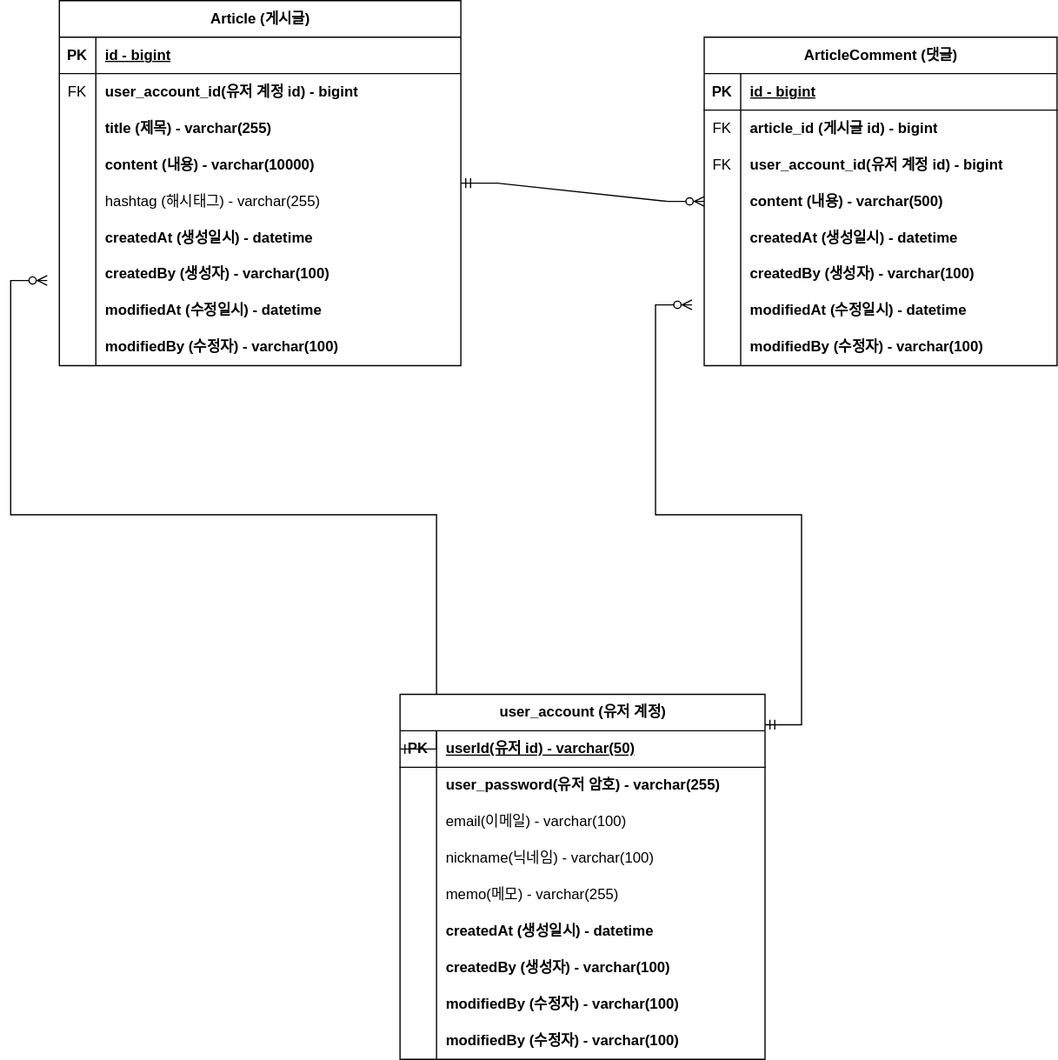
This is document/borad-project-erd.svg from joosang425/board-project, a draw.io export, as it was before one commit. Source tidied: cells renumbered, new cells last; positions are measured from the earlier drawing's top-left corner, leaving out a move shared by most shapes.
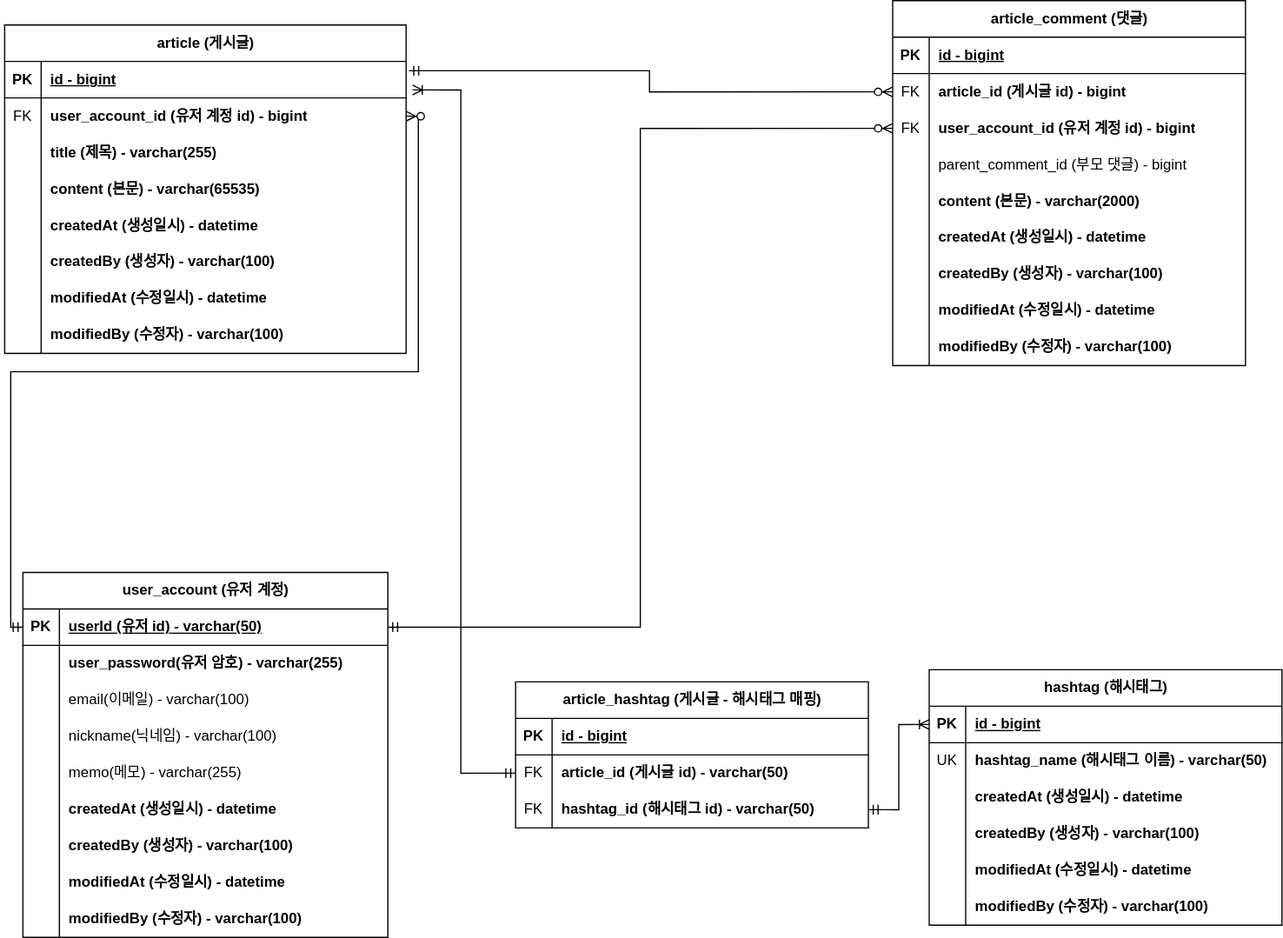
Above is the later version.

Commit message:
#58 - borad-project-erd.svg 업데이트: 대댓글, 해시태그

What changed in the source:
```diff
@@ -4,4 +4,4 @@
     <mxCell id="1" parent="0" />
-    <mxCell id="2" value="Article (게시글)" style="shape=table;startSize=30;rowLines=0;fontStyle=1;align=center;html=1;" parent="1" vertex="1">
-      <mxGeometry x="10" width="330" height="300" as="geometry" />
+    <mxCell id="2" value="article (게시글)" style="shape=table;startSize=30;rowLines=0;fontStyle=1;align=center;html=1;" parent="1" vertex="1">
+      <mxGeometry x="-490" width="330" height="270" as="geometry" />
     </mxCell>
@@ -22,3 +22,3 @@
     </mxCell>
-    <mxCell id="8" value="user_account_id(유저 계정 id) - bigint" style="shape=partialRectangle;fillColor=none;top=0;left=0;bottom=0;right=0;align=left;spacingLeft=6;overflow=hidden;whiteSpace=wrap;html=1;fontStyle=1;" parent="6" vertex="1">
+    <mxCell id="8" value="user_account_id (유저 계정 id) - bigint" style="shape=partialRectangle;fillColor=none;top=0;left=0;bottom=0;right=0;align=left;spacingLeft=6;overflow=hidden;whiteSpace=wrap;html=1;fontStyle=1;" parent="6" vertex="1">
       <mxGeometry x="30" width="300" height="30" as="geometry" />
@@ -40,16 +40,7 @@
     </mxCell>
-    <mxCell id="14" value="content (내용) - varchar(10000)" style="shape=partialRectangle;fillColor=none;top=0;left=0;bottom=0;right=0;align=left;spacingLeft=6;overflow=hidden;whiteSpace=wrap;html=1;fontStyle=1;" parent="12" vertex="1">
+    <mxCell id="14" value="content (본문) - varchar(65535)" style="shape=partialRectangle;fillColor=none;top=0;left=0;bottom=0;right=0;align=left;spacingLeft=6;overflow=hidden;whiteSpace=wrap;html=1;fontStyle=1;" parent="12" vertex="1">
       <mxGeometry x="30" width="300" height="30" as="geometry" />
     </mxCell>
-    <mxCell id="15" style="shape=tableRow;horizontal=0;startSize=0;swimlaneHead=0;swimlaneBody=0;fillColor=none;top=0;left=0;right=0;bottom=0;" parent="2" vertex="1">
-      <mxGeometry y="150" width="330" height="30" as="geometry" />
-    </mxCell>
-    <mxCell id="16" style="shape=partialRectangle;fillColor=none;top=0;left=0;bottom=0;right=0;overflow=hidden;whiteSpace=wrap;html=1;" parent="15" vertex="1">
-      <mxGeometry width="30" height="30" as="geometry" />
-    </mxCell>
-    <mxCell id="17" value="hashtag (해시태그) - varchar(255)" style="shape=partialRectangle;fillColor=none;top=0;left=0;bottom=0;right=0;align=left;spacingLeft=6;overflow=hidden;whiteSpace=wrap;html=1;" parent="15" vertex="1">
-      <mxGeometry x="30" width="300" height="30" as="geometry" />
-    </mxCell>
     <mxCell id="18" style="shape=tableRow;horizontal=0;startSize=0;swimlaneHead=0;swimlaneBody=0;fillColor=none;top=0;left=0;right=0;bottom=0;" parent="2" vertex="1">
-      <mxGeometry y="180" width="330" height="30" as="geometry" />
+      <mxGeometry y="150" width="330" height="30" as="geometry" />
     </mxCell>
@@ -62,3 +53,3 @@
     <mxCell id="21" style="shape=tableRow;horizontal=0;startSize=0;swimlaneHead=0;swimlaneBody=0;fillColor=none;top=0;left=0;right=0;bottom=0;" parent="2" vertex="1">
-      <mxGeometry y="210" width="330" height="30" as="geometry" />
+      <mxGeometry y="180" width="330" height="30" as="geometry" />
     </mxCell>
@@ -71,3 +62,3 @@
     <mxCell id="24" style="shape=tableRow;horizontal=0;startSize=0;swimlaneHead=0;swimlaneBody=0;fillColor=none;top=0;left=0;right=0;bottom=0;" parent="2" vertex="1">
-      <mxGeometry y="240" width="330" height="30" as="geometry" />
+      <mxGeometry y="210" width="330" height="30" as="geometry" />
     </mxCell>
@@ -80,3 +71,3 @@
     <mxCell id="27" style="shape=tableRow;horizontal=0;startSize=0;swimlaneHead=0;swimlaneBody=0;fillColor=none;top=0;left=0;right=0;bottom=0;" parent="2" vertex="1">
-      <mxGeometry y="270" width="330" height="30" as="geometry" />
+      <mxGeometry y="240" width="330" height="30" as="geometry" />
     </mxCell>
@@ -88,4 +79,4 @@
     </mxCell>
-    <mxCell id="30" value="ArticleComment (댓글)" style="shape=table;startSize=30;rowLines=0;fontStyle=1;align=center;html=1;" parent="1" vertex="1">
-      <mxGeometry x="540" y="30" width="290" height="270" as="geometry" />
+    <mxCell id="30" value="article_comment (댓글)" style="shape=table;startSize=30;rowLines=0;fontStyle=1;align=center;html=1;" parent="1" vertex="1">
+      <mxGeometry x="240" y="-20" width="290" height="300" as="geometry" />
     </mxCell>
@@ -115,7 +106,16 @@
     </mxCell>
-    <mxCell id="39" value="user_account_id(유저 계정 id) - bigint" style="shape=partialRectangle;fillColor=none;top=0;left=0;bottom=0;right=0;align=left;spacingLeft=6;overflow=hidden;whiteSpace=wrap;html=1;fontStyle=1;" parent="37" vertex="1">
+    <mxCell id="39" value="user_account_id (유저 계정 id) - bigint" style="shape=partialRectangle;fillColor=none;top=0;left=0;bottom=0;right=0;align=left;spacingLeft=6;overflow=hidden;whiteSpace=wrap;html=1;fontStyle=1;" parent="37" vertex="1">
       <mxGeometry x="30" width="260" height="30" as="geometry" />
     </mxCell>
+    <mxCell id="86" style="shape=tableRow;horizontal=0;startSize=0;swimlaneHead=0;swimlaneBody=0;fillColor=none;top=0;left=0;right=0;bottom=0;" parent="30" vertex="1">
+      <mxGeometry y="120" width="290" height="30" as="geometry" />
+    </mxCell>
+    <mxCell id="87" style="shape=partialRectangle;fillColor=none;top=0;left=0;bottom=0;right=0;overflow=hidden;whiteSpace=wrap;html=1;" parent="86" vertex="1">
+      <mxGeometry width="30" height="30" as="geometry" />
+    </mxCell>
+    <mxCell id="88" value="&lt;span style=&quot;font-weight: normal;&quot;&gt;parent_comment_id (부모 댓글) - bigint&lt;/span&gt;" style="shape=partialRectangle;fillColor=none;top=0;left=0;bottom=0;right=0;align=left;spacingLeft=6;overflow=hidden;whiteSpace=wrap;html=1;fontStyle=1;" parent="86" vertex="1">
+      <mxGeometry x="30" width="260" height="30" as="geometry" />
+    </mxCell>
     <mxCell id="40" style="shape=tableRow;horizontal=0;startSize=0;swimlaneHead=0;swimlaneBody=0;fillColor=none;points=[[0,0.5],[1,0.5]];portConstraint=eastwest;top=0;left=0;right=0;bottom=0;" parent="30" vertex="1">
-      <mxGeometry y="120" width="290" height="30" as="geometry" />
+      <mxGeometry y="150" width="290" height="30" as="geometry" />
     </mxCell>
@@ -124,3 +124,3 @@
     </mxCell>
-    <mxCell id="42" value="content (내용) - varchar(500)" style="shape=partialRectangle;fillColor=none;top=0;left=0;bottom=0;right=0;align=left;spacingLeft=6;overflow=hidden;whiteSpace=wrap;html=1;fontStyle=1;" parent="40" vertex="1">
+    <mxCell id="42" value="content (본문) - varchar(2000)" style="shape=partialRectangle;fillColor=none;top=0;left=0;bottom=0;right=0;align=left;spacingLeft=6;overflow=hidden;whiteSpace=wrap;html=1;fontStyle=1;" parent="40" vertex="1">
       <mxGeometry x="30" width="260" height="30" as="geometry" />
@@ -128,3 +128,3 @@
     <mxCell id="43" style="shape=tableRow;horizontal=0;startSize=0;swimlaneHead=0;swimlaneBody=0;fillColor=none;top=0;left=0;right=0;bottom=0;" parent="30" vertex="1">
-      <mxGeometry y="150" width="290" height="30" as="geometry" />
+      <mxGeometry y="180" width="290" height="30" as="geometry" />
     </mxCell>
@@ -137,3 +137,3 @@
     <mxCell id="46" style="shape=tableRow;horizontal=0;startSize=0;swimlaneHead=0;swimlaneBody=0;fillColor=none;top=0;left=0;right=0;bottom=0;" parent="30" vertex="1">
-      <mxGeometry y="180" width="290" height="30" as="geometry" />
+      <mxGeometry y="210" width="290" height="30" as="geometry" />
     </mxCell>
@@ -146,3 +146,3 @@
     <mxCell id="49" style="shape=tableRow;horizontal=0;startSize=0;swimlaneHead=0;swimlaneBody=0;fillColor=none;top=0;left=0;right=0;bottom=0;" parent="30" vertex="1">
-      <mxGeometry y="210" width="290" height="30" as="geometry" />
+      <mxGeometry y="240" width="290" height="30" as="geometry" />
     </mxCell>
@@ -155,3 +155,3 @@
     <mxCell id="52" style="shape=tableRow;horizontal=0;startSize=0;swimlaneHead=0;swimlaneBody=0;fillColor=none;top=0;left=0;right=0;bottom=0;" parent="30" vertex="1">
-      <mxGeometry y="240" width="290" height="30" as="geometry" />
+      <mxGeometry y="270" width="290" height="30" as="geometry" />
     </mxCell>
@@ -163,26 +163,7 @@
     </mxCell>
-    <mxCell id="55" style="edgeStyle=entityRelationEdgeStyle;fontSize=12;html=1;endArrow=ERzeroToMany;startArrow=ERmandOne;rounded=0;exitX=1;exitY=0.5;exitDx=0;exitDy=0;entryX=0;entryY=0.5;entryDx=0;entryDy=0;" parent="1" edge="1" source="2" target="40">
-      <mxGeometry relative="1" as="geometry" />
-    </mxCell>
-    <mxCell id="56" style="edgeStyle=entityRelationEdgeStyle;fontSize=12;html=1;endArrow=ERzeroToMany;startArrow=ERmandOne;rounded=0;exitX=0;exitY=0.5;exitDx=0;exitDy=0;" parent="1" edge="1" source="59">
-      <mxGeometry relative="1" as="geometry">
-        <mxPoint y="230" as="targetPoint" />
-        <Array as="points">
-          <mxPoint x="320" y="270" />
-          <mxPoint x="340" y="130" />
-        </Array>
-      </mxGeometry>
+    <mxCell id="56" style="edgeStyle=orthogonalEdgeStyle;fontSize=12;html=1;endArrow=ERzeroToMany;startArrow=ERmandOne;rounded=0;exitX=0;exitY=0.5;exitDx=0;exitDy=0;entryX=1;entryY=0.5;entryDx=0;entryDy=0;" parent="1" edge="1" source="59" target="6">
+      <mxGeometry relative="1" as="geometry" />
     </mxCell>
-    <mxCell id="57" style="edgeStyle=entityRelationEdgeStyle;fontSize=12;html=1;endArrow=ERzeroToMany;startArrow=ERmandOne;rounded=0;" parent="1" edge="1">
-      <mxGeometry relative="1" as="geometry">
-        <mxPoint x="590" y="595" as="sourcePoint" />
-        <mxPoint x="530" y="250" as="targetPoint" />
-        <Array as="points">
-          <mxPoint x="450" y="465" />
-          <mxPoint x="450" y="455" />
-        </Array>
-      </mxGeometry>
-    </mxCell>
     <mxCell id="58" value="user_account (유저 계정)&lt;br&gt;" style="shape=table;startSize=30;rowLines=0;fontStyle=1;align=center;html=1;" parent="1" vertex="1">
-      <mxGeometry x="290" y="570" width="300" height="300" as="geometry" />
+      <mxGeometry x="-475" y="450" width="300" height="300" as="geometry" />
     </mxCell>
@@ -194,3 +175,3 @@
     </mxCell>
-    <mxCell id="61" value="userId(유저 id) - varchar(50)" style="shape=partialRectangle;fillColor=none;top=0;left=0;bottom=0;right=0;align=left;spacingLeft=6;fontStyle=5;overflow=hidden;whiteSpace=wrap;html=1;" parent="59" vertex="1">
+    <mxCell id="61" value="userId (유저 id) - varchar(50)" style="shape=partialRectangle;fillColor=none;top=0;left=0;bottom=0;right=0;align=left;spacingLeft=6;fontStyle=5;overflow=hidden;whiteSpace=wrap;html=1;" parent="59" vertex="1">
       <mxGeometry x="30" width="270" height="30" as="geometry" />
@@ -257,3 +238,3 @@
     </mxCell>
-    <mxCell id="82" value="modifiedBy (수정자) - varchar(100)" style="shape=partialRectangle;fillColor=none;top=0;left=0;bottom=0;right=0;align=left;spacingLeft=6;overflow=hidden;whiteSpace=wrap;html=1;fontStyle=1;" parent="80" vertex="1">
+    <mxCell id="82" value="modifiedAt (수정일시) - datetime" style="shape=partialRectangle;fillColor=none;top=0;left=0;bottom=0;right=0;align=left;spacingLeft=6;overflow=hidden;whiteSpace=wrap;html=1;fontStyle=1;" parent="80" vertex="1">
       <mxGeometry x="30" width="270" height="30" as="geometry" />
@@ -269,2 +250,101 @@
     </mxCell>
+    <mxCell id="89" style="edgeStyle=orthogonalEdgeStyle;fontSize=12;html=1;endArrow=ERzeroToMany;startArrow=ERmandOne;rounded=0;exitX=1.007;exitY=0.255;exitDx=0;exitDy=0;entryX=0;entryY=0.5;entryDx=0;entryDy=0;exitPerimeter=0;" parent="1" edge="1" source="3" target="34">
+      <mxGeometry relative="1" as="geometry" />
+    </mxCell>
+    <mxCell id="90" value="hashtag (해시태그)" style="shape=table;startSize=30;rowLines=0;fontStyle=1;align=center;html=1;" parent="1" vertex="1">
+      <mxGeometry x="270" y="530" width="290" height="210" as="geometry" />
+    </mxCell>
+    <mxCell id="91" style="shape=tableRow;horizontal=0;startSize=0;swimlaneHead=0;swimlaneBody=0;fillColor=none;points=[[0,0.5],[1,0.5]];portConstraint=eastwest;top=0;left=0;right=0;bottom=1;" parent="90" vertex="1">
+      <mxGeometry y="30" width="290" height="30" as="geometry" />
+    </mxCell>
+    <mxCell id="92" value="PK" style="shape=partialRectangle;fillColor=none;top=0;left=0;bottom=0;right=0;fontStyle=1;overflow=hidden;whiteSpace=wrap;html=1;" parent="91" vertex="1">
+      <mxGeometry width="30" height="30" as="geometry" />
+    </mxCell>
+    <mxCell id="93" value="id - bigint" style="shape=partialRectangle;fillColor=none;top=0;left=0;bottom=0;right=0;align=left;spacingLeft=6;fontStyle=5;overflow=hidden;whiteSpace=wrap;html=1;" parent="91" vertex="1">
+      <mxGeometry x="30" width="260" height="30" as="geometry" />
+    </mxCell>
+    <mxCell id="94" style="shape=tableRow;horizontal=0;startSize=0;swimlaneHead=0;swimlaneBody=0;fillColor=none;top=0;left=0;right=0;bottom=0;" parent="90" vertex="1">
+      <mxGeometry y="60" width="290" height="30" as="geometry" />
+    </mxCell>
+    <mxCell id="95" value="UK" style="shape=partialRectangle;fillColor=none;top=0;left=0;bottom=0;right=0;overflow=hidden;whiteSpace=wrap;html=1;" parent="94" vertex="1">
+      <mxGeometry width="30" height="30" as="geometry" />
+    </mxCell>
+    <mxCell id="96" value="hashtag_name (해시태그 이름) - varchar(50)" style="shape=partialRectangle;fillColor=none;top=0;left=0;bottom=0;right=0;align=left;spacingLeft=6;overflow=hidden;whiteSpace=wrap;html=1;fontStyle=1;" parent="94" vertex="1">
+      <mxGeometry x="30" width="260" height="30" as="geometry" />
+    </mxCell>
+    <mxCell id="97" style="shape=tableRow;horizontal=0;startSize=0;swimlaneHead=0;swimlaneBody=0;fillColor=none;top=0;left=0;right=0;bottom=0;" parent="90" vertex="1">
+      <mxGeometry y="90" width="290" height="30" as="geometry" />
+    </mxCell>
+    <mxCell id="98" style="shape=partialRectangle;fillColor=none;top=0;left=0;bottom=0;right=0;overflow=hidden;whiteSpace=wrap;html=1;" parent="97" vertex="1">
+      <mxGeometry width="30" height="30" as="geometry" />
+    </mxCell>
+    <mxCell id="99" value="createdAt (생성일시) - datetime" style="shape=partialRectangle;fillColor=none;top=0;left=0;bottom=0;right=0;align=left;spacingLeft=6;overflow=hidden;whiteSpace=wrap;html=1;fontStyle=1;" parent="97" vertex="1">
+      <mxGeometry x="30" width="260" height="30" as="geometry" />
+    </mxCell>
+    <mxCell id="100" style="shape=tableRow;horizontal=0;startSize=0;swimlaneHead=0;swimlaneBody=0;fillColor=none;top=0;left=0;right=0;bottom=0;" parent="90" vertex="1">
+      <mxGeometry y="120" width="290" height="30" as="geometry" />
+    </mxCell>
+    <mxCell id="101" style="shape=partialRectangle;fillColor=none;top=0;left=0;bottom=0;right=0;overflow=hidden;whiteSpace=wrap;html=1;" parent="100" vertex="1">
+      <mxGeometry width="30" height="30" as="geometry" />
+    </mxCell>
+    <mxCell id="102" value="createdBy (생성자) - varchar(100)" style="shape=partialRectangle;fillColor=none;top=0;left=0;bottom=0;right=0;align=left;spacingLeft=6;overflow=hidden;whiteSpace=wrap;html=1;fontStyle=1;" parent="100" vertex="1">
+      <mxGeometry x="30" width="260" height="30" as="geometry" />
+    </mxCell>
+    <mxCell id="103" style="shape=tableRow;horizontal=0;startSize=0;swimlaneHead=0;swimlaneBody=0;fillColor=none;top=0;left=0;right=0;bottom=0;" parent="90" vertex="1">
+      <mxGeometry y="150" width="290" height="30" as="geometry" />
+    </mxCell>
+    <mxCell id="104" style="shape=partialRectangle;fillColor=none;top=0;left=0;bottom=0;right=0;overflow=hidden;whiteSpace=wrap;html=1;" parent="103" vertex="1">
+      <mxGeometry width="30" height="30" as="geometry" />
+    </mxCell>
+    <mxCell id="105" value="modifiedAt (수정일시) - datetime" style="shape=partialRectangle;fillColor=none;top=0;left=0;bottom=0;right=0;align=left;spacingLeft=6;overflow=hidden;whiteSpace=wrap;html=1;fontStyle=1;" parent="103" vertex="1">
+      <mxGeometry x="30" width="260" height="30" as="geometry" />
+    </mxCell>
+    <mxCell id="106" style="shape=tableRow;horizontal=0;startSize=0;swimlaneHead=0;swimlaneBody=0;fillColor=none;top=0;left=0;right=0;bottom=0;" parent="90" vertex="1">
+      <mxGeometry y="180" width="290" height="30" as="geometry" />
+    </mxCell>
+    <mxCell id="107" style="shape=partialRectangle;fillColor=none;top=0;left=0;bottom=0;right=0;overflow=hidden;whiteSpace=wrap;html=1;" parent="106" vertex="1">
+      <mxGeometry width="30" height="30" as="geometry" />
+    </mxCell>
+    <mxCell id="108" value="modifiedBy (수정자) - varchar(100)" style="shape=partialRectangle;fillColor=none;top=0;left=0;bottom=0;right=0;align=left;spacingLeft=6;overflow=hidden;whiteSpace=wrap;html=1;fontStyle=1;" parent="106" vertex="1">
+      <mxGeometry x="30" width="260" height="30" as="geometry" />
+    </mxCell>
+    <mxCell id="109" value="article_hashtag (게시글 - 해시태그 매핑)" style="shape=table;startSize=30;rowLines=0;fontStyle=1;align=center;html=1;" parent="1" vertex="1">
+      <mxGeometry x="-70" y="540" width="290" height="120" as="geometry" />
+    </mxCell>
+    <mxCell id="110" style="shape=tableRow;horizontal=0;startSize=0;swimlaneHead=0;swimlaneBody=0;fillColor=none;top=0;left=0;right=0;bottom=1;" parent="109" vertex="1">
+      <mxGeometry y="30" width="290" height="30" as="geometry" />
+    </mxCell>
+    <mxCell id="111" value="PK" style="shape=partialRectangle;fillColor=none;top=0;left=0;bottom=0;right=0;fontStyle=1;overflow=hidden;whiteSpace=wrap;html=1;" parent="110" vertex="1">
+      <mxGeometry width="30" height="30" as="geometry" />
+    </mxCell>
+    <mxCell id="112" value="id - bigint" style="shape=partialRectangle;fillColor=none;top=0;left=0;bottom=0;right=0;align=left;spacingLeft=6;fontStyle=5;overflow=hidden;whiteSpace=wrap;html=1;" parent="110" vertex="1">
+      <mxGeometry x="30" width="260" height="30" as="geometry" />
+    </mxCell>
+    <mxCell id="113" style="shape=tableRow;horizontal=0;startSize=0;swimlaneHead=0;swimlaneBody=0;fillColor=none;points=[[0,0.5],[1,0.5]];portConstraint=eastwest;top=0;left=0;right=0;bottom=0;" parent="109" vertex="1">
+      <mxGeometry y="60" width="290" height="30" as="geometry" />
+    </mxCell>
+    <mxCell id="114" value="FK" style="shape=partialRectangle;fillColor=none;top=0;left=0;bottom=0;right=0;overflow=hidden;whiteSpace=wrap;html=1;" parent="113" vertex="1">
+      <mxGeometry width="30" height="30" as="geometry" />
+    </mxCell>
+    <mxCell id="115" value="article_id (게시글 id) - varchar(50)" style="shape=partialRectangle;fillColor=none;top=0;left=0;bottom=0;right=0;align=left;spacingLeft=6;overflow=hidden;whiteSpace=wrap;html=1;fontStyle=1;" parent="113" vertex="1">
+      <mxGeometry x="30" width="260" height="30" as="geometry" />
+    </mxCell>
+    <mxCell id="116" style="shape=tableRow;horizontal=0;startSize=0;swimlaneHead=0;swimlaneBody=0;fillColor=none;points=[[0,0.5],[1,0.5]];portConstraint=eastwest;top=0;left=0;right=0;bottom=0;" parent="109" vertex="1">
+      <mxGeometry y="90" width="290" height="30" as="geometry" />
+    </mxCell>
+    <mxCell id="117" value="FK" style="shape=partialRectangle;fillColor=none;top=0;left=0;bottom=0;right=0;overflow=hidden;whiteSpace=wrap;html=1;" parent="116" vertex="1">
+      <mxGeometry width="30" height="30" as="geometry" />
+    </mxCell>
+    <mxCell id="118" value="hashtag_id (해시태그 id) - varchar(50)" style="shape=partialRectangle;fillColor=none;top=0;left=0;bottom=0;right=0;align=left;spacingLeft=6;overflow=hidden;whiteSpace=wrap;html=1;fontStyle=1;" parent="116" vertex="1">
+      <mxGeometry x="30" width="260" height="30" as="geometry" />
+    </mxCell>
+    <mxCell id="119" style="edgeStyle=orthogonalEdgeStyle;fontSize=12;html=1;endArrow=ERoneToMany;startArrow=ERmandOne;rounded=0;exitX=1;exitY=0.5;exitDx=0;exitDy=0;entryX=0;entryY=0.5;entryDx=0;entryDy=0;endFill=0;" parent="1" edge="1" source="116" target="91">
+      <mxGeometry relative="1" as="geometry" />
+    </mxCell>
+    <mxCell id="120" style="edgeStyle=orthogonalEdgeStyle;fontSize=12;html=1;endArrow=ERoneToMany;startArrow=ERmandOne;rounded=0;entryX=1.016;entryY=0.78;entryDx=0;entryDy=0;endFill=0;entryPerimeter=0;exitX=0;exitY=0.5;exitDx=0;exitDy=0;" parent="1" edge="1" source="113" target="3">
+      <mxGeometry relative="1" as="geometry" />
+    </mxCell>
+    <mxCell id="121" style="edgeStyle=orthogonalEdgeStyle;fontSize=12;html=1;endArrow=ERzeroToMany;startArrow=ERmandOne;rounded=0;exitX=1;exitY=0.5;exitDx=0;exitDy=0;entryX=0;entryY=0.5;entryDx=0;entryDy=0;" parent="1" edge="1" source="59" target="37">
+      <mxGeometry relative="1" as="geometry" />
+    </mxCell>
   </root>
```
